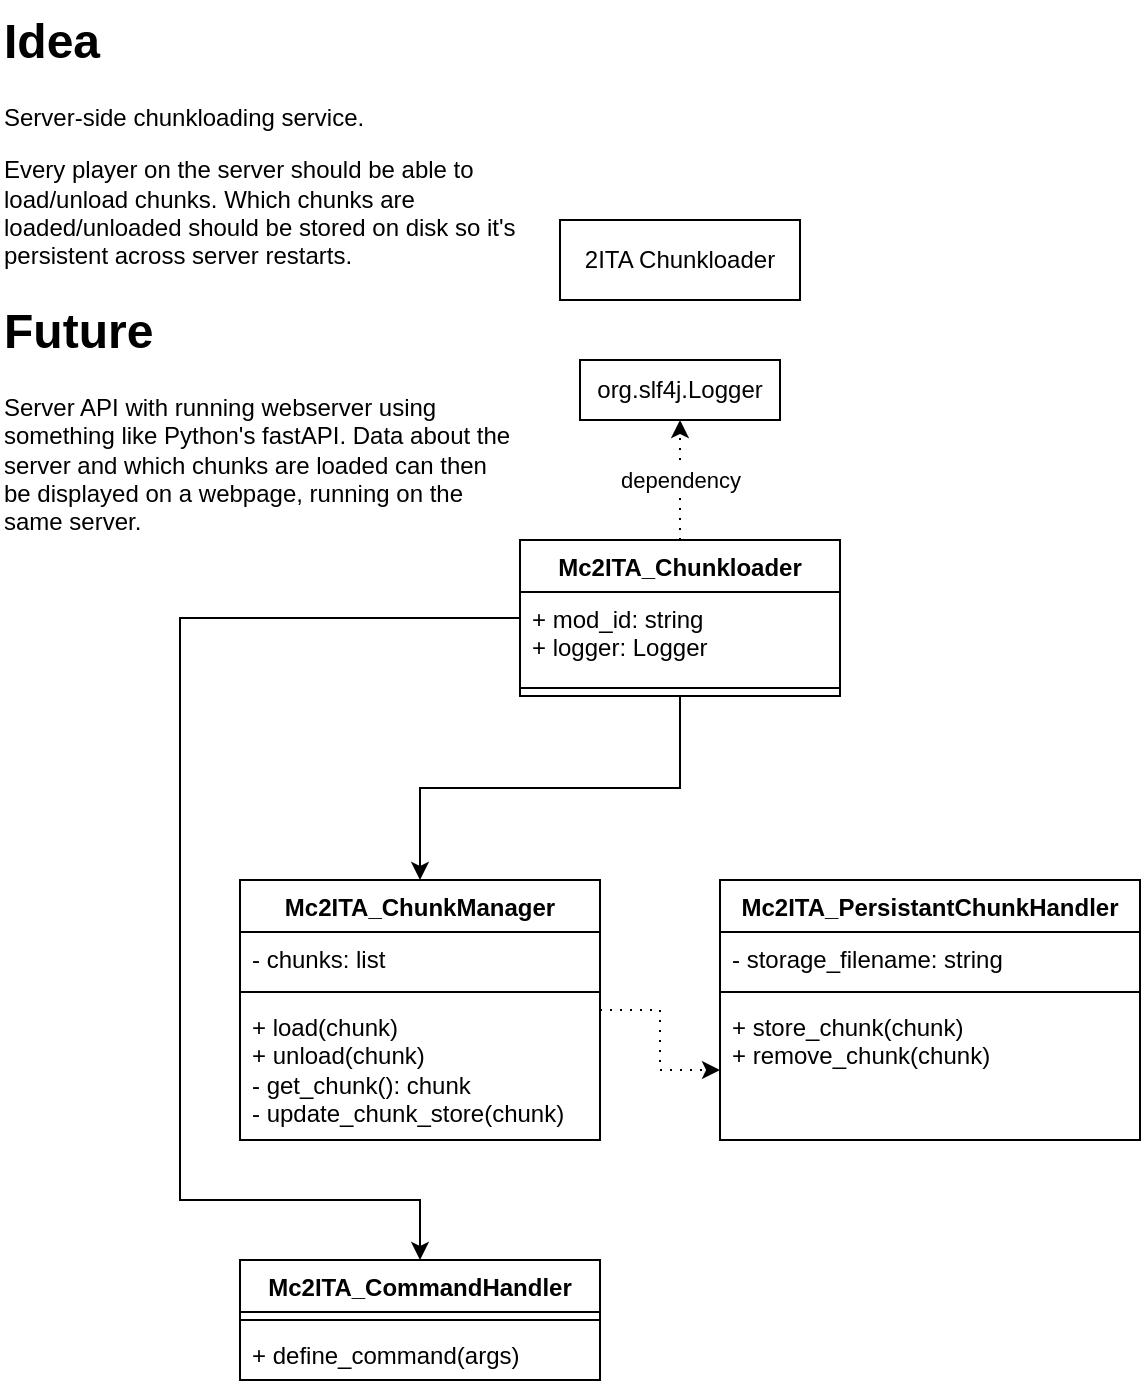
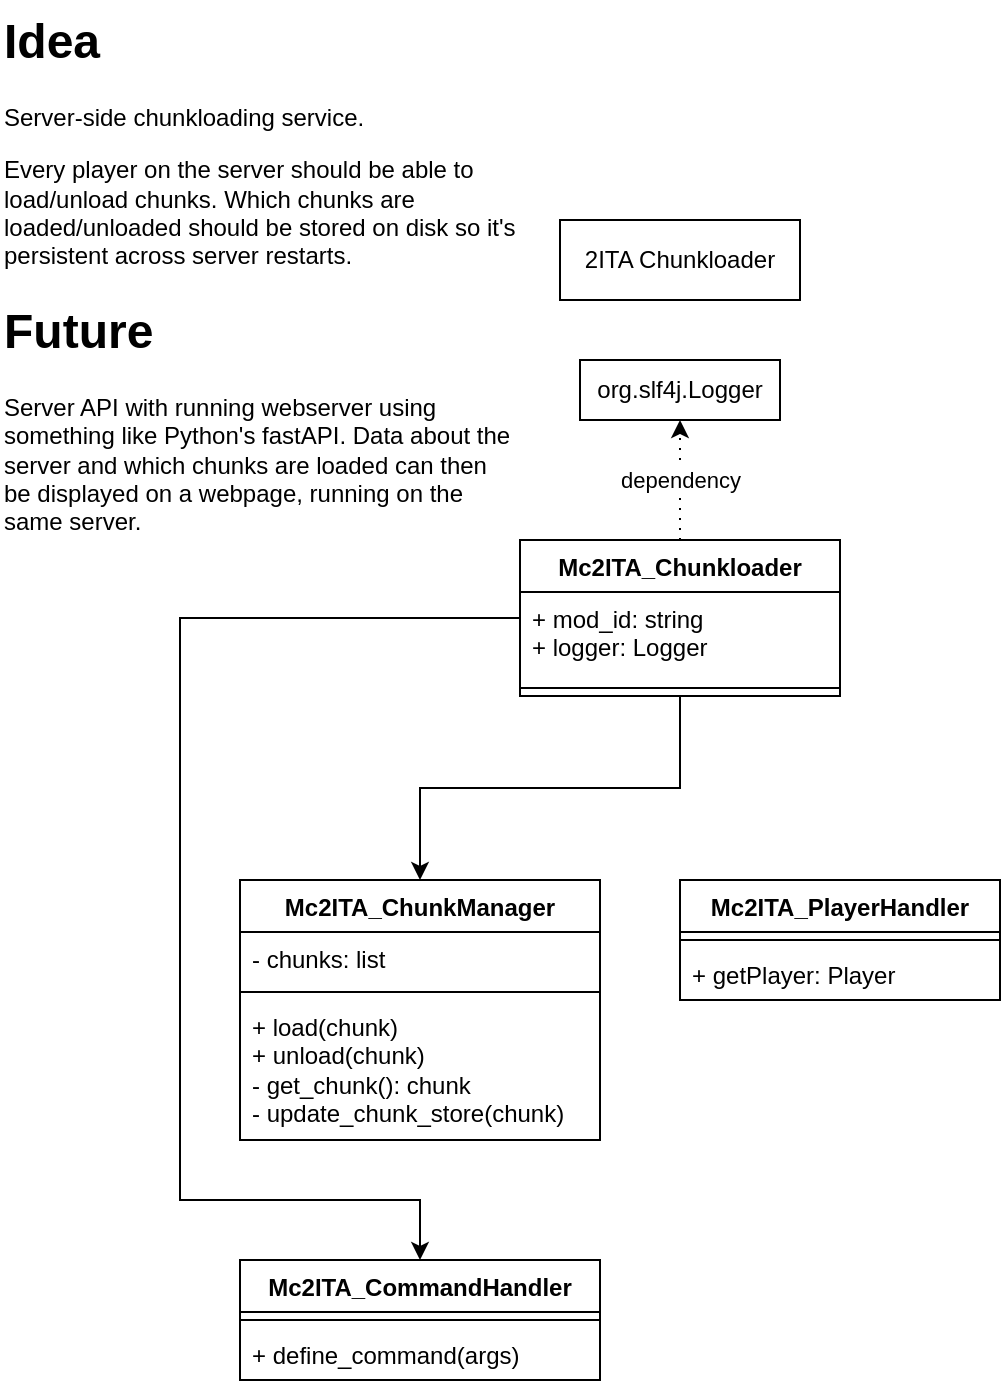
<mxfile host="Electron" agent="Mozilla/5.0 (Windows NT 10.0; Win64; x64) AppleWebKit/537.36 (KHTML, like Gecko) draw.io/29.6.6 Chrome/144.0.7559.236 Electron/40.8.4 Safari/537.36" version="29.6.6">
  <diagram name="Class diagram" id="KLD0JX2jalYroMwDsYpy">
    <mxGraphModel dx="1188" dy="701" grid="1" gridSize="10" guides="1" tooltips="1" connect="1" arrows="1" fold="1" page="1" pageScale="1" pageWidth="827" pageHeight="1169" math="0" shadow="0">
      <root>
        <mxCell id="0" />
        <mxCell id="1" parent="0" />
        <mxCell id="E7Nu41ZmW1LgEeM7r5k8-3" parent="1" style="rounded=0;whiteSpace=wrap;html=1;" value="2ITA Chunkloader" vertex="1">
          <mxGeometry height="40" width="120" x="320" y="140" as="geometry" />
        </mxCell>
        <mxCell id="qPgVKRsB_RX_aEyV6NZG-2" edge="1" parent="1" source="E7Nu41ZmW1LgEeM7r5k8-5" style="edgeStyle=orthogonalEdgeStyle;rounded=0;orthogonalLoop=1;jettySize=auto;html=1;entryX=0.5;entryY=1;entryDx=0;entryDy=0;dashed=1;dashPattern=1 4;" target="qPgVKRsB_RX_aEyV6NZG-1">
          <mxGeometry relative="1" as="geometry">
            <Array as="points">
              <mxPoint x="380" y="240" />
              <mxPoint x="380" y="240" />
            </Array>
          </mxGeometry>
        </mxCell>
        <mxCell id="qPgVKRsB_RX_aEyV6NZG-3" connectable="0" parent="qPgVKRsB_RX_aEyV6NZG-2" style="edgeLabel;html=1;align=center;verticalAlign=middle;resizable=0;points=[];" value="dependency" vertex="1">
          <mxGeometry relative="1" x="0.4467" as="geometry">
            <mxPoint y="13" as="offset" />
          </mxGeometry>
        </mxCell>
        <mxCell id="qPgVKRsB_RX_aEyV6NZG-28" edge="1" parent="1" source="E7Nu41ZmW1LgEeM7r5k8-5" style="edgeStyle=orthogonalEdgeStyle;rounded=0;orthogonalLoop=1;jettySize=auto;html=1;" target="qPgVKRsB_RX_aEyV6NZG-5">
          <mxGeometry relative="1" as="geometry" />
        </mxCell>
        <mxCell id="qPgVKRsB_RX_aEyV6NZG-30" edge="1" parent="1" source="E7Nu41ZmW1LgEeM7r5k8-5" style="edgeStyle=orthogonalEdgeStyle;rounded=0;orthogonalLoop=1;jettySize=auto;html=1;entryX=0.5;entryY=0;entryDx=0;entryDy=0;" target="qPgVKRsB_RX_aEyV6NZG-22">
          <mxGeometry relative="1" as="geometry">
            <Array as="points">
              <mxPoint x="130" y="339" />
              <mxPoint x="130" y="630" />
              <mxPoint x="250" y="630" />
            </Array>
          </mxGeometry>
        </mxCell>
        <mxCell id="E7Nu41ZmW1LgEeM7r5k8-5" parent="1" style="swimlane;fontStyle=1;align=center;verticalAlign=top;childLayout=stackLayout;horizontal=1;startSize=26;horizontalStack=0;resizeParent=1;resizeParentMax=0;resizeLast=0;collapsible=1;marginBottom=0;whiteSpace=wrap;html=1;" value="Mc2ITA_Chunkloader" vertex="1">
          <mxGeometry height="78" width="160" x="300" y="300" as="geometry" />
        </mxCell>
        <mxCell id="E7Nu41ZmW1LgEeM7r5k8-6" parent="E7Nu41ZmW1LgEeM7r5k8-5" style="text;strokeColor=none;fillColor=none;align=left;verticalAlign=top;spacingLeft=4;spacingRight=4;overflow=hidden;rotatable=0;points=[[0,0.5],[1,0.5]];portConstraint=eastwest;whiteSpace=wrap;html=1;" value="+ mod_id: string&lt;div&gt;+ logger: Logger&lt;/div&gt;" vertex="1">
          <mxGeometry height="44" width="160" y="26" as="geometry" />
        </mxCell>
        <mxCell id="E7Nu41ZmW1LgEeM7r5k8-7" parent="E7Nu41ZmW1LgEeM7r5k8-5" style="line;strokeWidth=1;fillColor=none;align=left;verticalAlign=middle;spacingTop=-1;spacingLeft=3;spacingRight=3;rotatable=0;labelPosition=right;points=[];portConstraint=eastwest;strokeColor=inherit;" value="" vertex="1">
          <mxGeometry height="8" width="160" y="70" as="geometry" />
        </mxCell>
        <mxCell id="qPgVKRsB_RX_aEyV6NZG-1" parent="1" style="rounded=0;whiteSpace=wrap;html=1;" value="org.slf4j.Logger" vertex="1">
          <mxGeometry height="30" width="100" x="330" y="210" as="geometry" />
        </mxCell>
-         <mxCell id="qPgVKRsB_RX_aEyV6NZG-17" edge="1" parent="1" source="qPgVKRsB_RX_aEyV6NZG-5" style="edgeStyle=orthogonalEdgeStyle;rounded=0;orthogonalLoop=1;jettySize=auto;html=1;entryX=0;entryY=0.5;entryDx=0;entryDy=0;dashed=1;dashPattern=1 4;" target="qPgVKRsB_RX_aEyV6NZG-14">
-           <mxGeometry relative="1" as="geometry" />
-         </mxCell>
        <mxCell id="qPgVKRsB_RX_aEyV6NZG-5" parent="1" style="swimlane;fontStyle=1;align=center;verticalAlign=top;childLayout=stackLayout;horizontal=1;startSize=26;horizontalStack=0;resizeParent=1;resizeParentMax=0;resizeLast=0;collapsible=1;marginBottom=0;whiteSpace=wrap;html=1;" value="Mc2ITA_ChunkManager" vertex="1">
          <mxGeometry height="130" width="180" x="160" y="470" as="geometry" />
        </mxCell>
        <mxCell id="qPgVKRsB_RX_aEyV6NZG-6" parent="qPgVKRsB_RX_aEyV6NZG-5" style="text;strokeColor=none;fillColor=none;align=left;verticalAlign=top;spacingLeft=4;spacingRight=4;overflow=hidden;rotatable=0;points=[[0,0.5],[1,0.5]];portConstraint=eastwest;whiteSpace=wrap;html=1;" value="- chunks: list" vertex="1">
          <mxGeometry height="26" width="180" y="26" as="geometry" />
        </mxCell>
        <mxCell id="qPgVKRsB_RX_aEyV6NZG-7" parent="qPgVKRsB_RX_aEyV6NZG-5" style="line;strokeWidth=1;fillColor=none;align=left;verticalAlign=middle;spacingTop=-1;spacingLeft=3;spacingRight=3;rotatable=0;labelPosition=right;points=[];portConstraint=eastwest;strokeColor=inherit;" value="" vertex="1">
          <mxGeometry height="8" width="180" y="52" as="geometry" />
        </mxCell>
        <mxCell id="qPgVKRsB_RX_aEyV6NZG-8" parent="qPgVKRsB_RX_aEyV6NZG-5" style="text;strokeColor=none;fillColor=none;align=left;verticalAlign=top;spacingLeft=4;spacingRight=4;overflow=hidden;rotatable=0;points=[[0,0.5],[1,0.5]];portConstraint=eastwest;whiteSpace=wrap;html=1;" value="+ load(chunk)&lt;div&gt;+ unload(chunk)&lt;/div&gt;&lt;div&gt;- get_chunk(): chunk&lt;/div&gt;&lt;div&gt;- update_chunk_store(chunk)&lt;/div&gt;" vertex="1">
          <mxGeometry height="70" width="180" y="60" as="geometry" />
-         </mxCell>
-         <mxCell id="qPgVKRsB_RX_aEyV6NZG-11" parent="1" style="swimlane;fontStyle=1;align=center;verticalAlign=top;childLayout=stackLayout;horizontal=1;startSize=26;horizontalStack=0;resizeParent=1;resizeParentMax=0;resizeLast=0;collapsible=1;marginBottom=0;whiteSpace=wrap;html=1;" value="Mc2ITA_PersistantChunkHandler" vertex="1">
-           <mxGeometry height="130" width="210" x="400" y="470" as="geometry" />
-         </mxCell>
-         <mxCell id="qPgVKRsB_RX_aEyV6NZG-12" parent="qPgVKRsB_RX_aEyV6NZG-11" style="text;strokeColor=none;fillColor=none;align=left;verticalAlign=top;spacingLeft=4;spacingRight=4;overflow=hidden;rotatable=0;points=[[0,0.5],[1,0.5]];portConstraint=eastwest;whiteSpace=wrap;html=1;" value="- storage_filename: string" vertex="1">
-           <mxGeometry height="26" width="210" y="26" as="geometry" />
-         </mxCell>
-         <mxCell id="qPgVKRsB_RX_aEyV6NZG-13" parent="qPgVKRsB_RX_aEyV6NZG-11" style="line;strokeWidth=1;fillColor=none;align=left;verticalAlign=middle;spacingTop=-1;spacingLeft=3;spacingRight=3;rotatable=0;labelPosition=right;points=[];portConstraint=eastwest;strokeColor=inherit;" value="" vertex="1">
-           <mxGeometry height="8" width="210" y="52" as="geometry" />
-         </mxCell>
-         <mxCell id="qPgVKRsB_RX_aEyV6NZG-14" parent="qPgVKRsB_RX_aEyV6NZG-11" style="text;strokeColor=none;fillColor=none;align=left;verticalAlign=top;spacingLeft=4;spacingRight=4;overflow=hidden;rotatable=0;points=[[0,0.5],[1,0.5]];portConstraint=eastwest;whiteSpace=wrap;html=1;" value="+ store_chunk(chunk)&lt;div&gt;+ remove_chunk(chunk)&lt;/div&gt;" vertex="1">
-           <mxGeometry height="70" width="210" y="60" as="geometry" />
        </mxCell>
        <mxCell id="qPgVKRsB_RX_aEyV6NZG-22" parent="1" style="swimlane;fontStyle=1;align=center;verticalAlign=top;childLayout=stackLayout;horizontal=1;startSize=26;horizontalStack=0;resizeParent=1;resizeParentMax=0;resizeLast=0;collapsible=1;marginBottom=0;whiteSpace=wrap;html=1;" value="Mc2ITA_CommandHandler" vertex="1">
          <mxGeometry height="60" width="180" x="160" y="660" as="geometry" />
        </mxCell>
        <mxCell id="qPgVKRsB_RX_aEyV6NZG-24" parent="qPgVKRsB_RX_aEyV6NZG-22" style="line;strokeWidth=1;fillColor=none;align=left;verticalAlign=middle;spacingTop=-1;spacingLeft=3;spacingRight=3;rotatable=0;labelPosition=right;points=[];portConstraint=eastwest;strokeColor=inherit;" value="" vertex="1">
          <mxGeometry height="8" width="180" y="26" as="geometry" />
        </mxCell>
        <mxCell id="qPgVKRsB_RX_aEyV6NZG-25" parent="qPgVKRsB_RX_aEyV6NZG-22" style="text;strokeColor=none;fillColor=none;align=left;verticalAlign=top;spacingLeft=4;spacingRight=4;overflow=hidden;rotatable=0;points=[[0,0.5],[1,0.5]];portConstraint=eastwest;whiteSpace=wrap;html=1;" value="+ define_command(args)" vertex="1">
          <mxGeometry height="26" width="180" y="34" as="geometry" />
        </mxCell>
        <mxCell id="qPgVKRsB_RX_aEyV6NZG-31" parent="1" style="text;html=1;whiteSpace=wrap;overflow=hidden;rounded=0;" value="&lt;h1 style=&quot;margin-top: 0px;&quot;&gt;Idea&lt;/h1&gt;&lt;p&gt;Server-side chunkloading service.&lt;/p&gt;&lt;p&gt;Every player on the server should be able to load/unload chunks. Which chunks are loaded/unloaded should be stored on disk so it&#39;s persistent across server restarts.&lt;/p&gt;&lt;h1&gt;Future&lt;/h1&gt;&lt;div&gt;Server API with running webserver using something like Python&#39;s fastAPI. Data about the server and which chunks are loaded can then be displayed on a webpage, running on the same server.&lt;/div&gt;" vertex="1">
          <mxGeometry height="280" width="260" x="40" y="30" as="geometry" />
        </mxCell>
+         <mxCell id="qPgVKRsB_RX_aEyV6NZG-32" parent="1" style="swimlane;fontStyle=1;align=center;verticalAlign=top;childLayout=stackLayout;horizontal=1;startSize=26;horizontalStack=0;resizeParent=1;resizeParentMax=0;resizeLast=0;collapsible=1;marginBottom=0;whiteSpace=wrap;html=1;" value="Mc2ITA_PlayerHandler" vertex="1">
+           <mxGeometry height="60" width="160" x="380" y="470" as="geometry" />
+         </mxCell>
+         <mxCell id="qPgVKRsB_RX_aEyV6NZG-34" parent="qPgVKRsB_RX_aEyV6NZG-32" style="line;strokeWidth=1;fillColor=none;align=left;verticalAlign=middle;spacingTop=-1;spacingLeft=3;spacingRight=3;rotatable=0;labelPosition=right;points=[];portConstraint=eastwest;strokeColor=inherit;" value="" vertex="1">
+           <mxGeometry height="8" width="160" y="26" as="geometry" />
+         </mxCell>
+         <mxCell id="qPgVKRsB_RX_aEyV6NZG-35" parent="qPgVKRsB_RX_aEyV6NZG-32" style="text;strokeColor=none;fillColor=none;align=left;verticalAlign=top;spacingLeft=4;spacingRight=4;overflow=hidden;rotatable=0;points=[[0,0.5],[1,0.5]];portConstraint=eastwest;whiteSpace=wrap;html=1;" value="+ getPlayer: Player" vertex="1">
+           <mxGeometry height="26" width="160" y="34" as="geometry" />
+         </mxCell>
      </root>
    </mxGraphModel>
  </diagram>
</mxfile>
